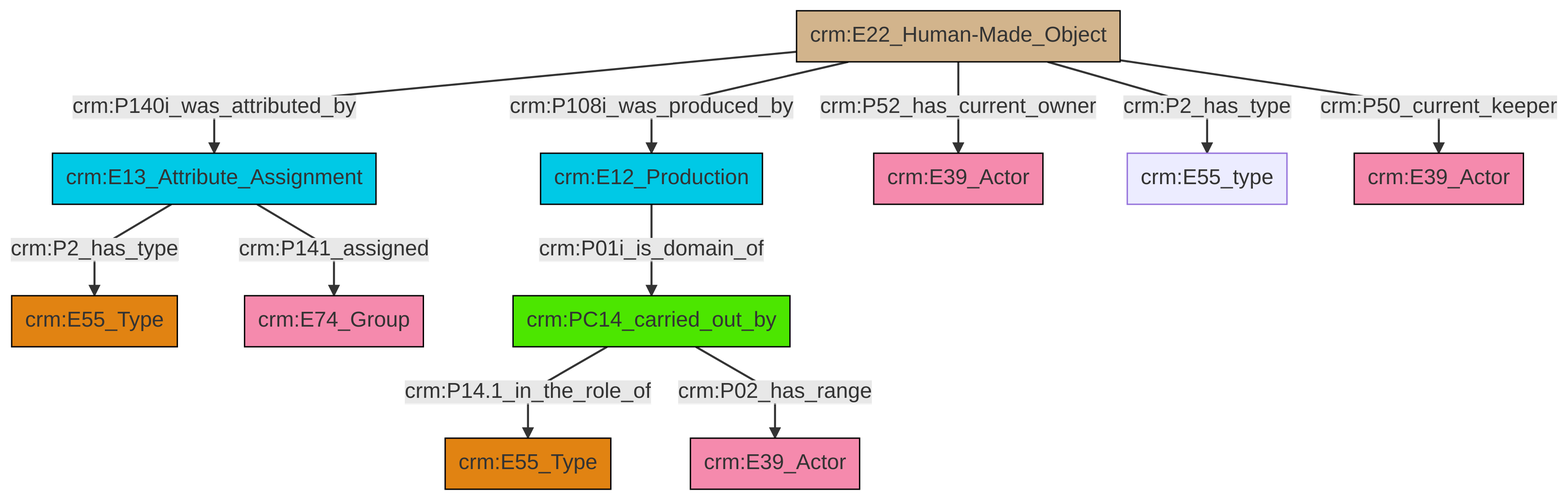
This is et/artworkCSV/ttl/mmd/png/Artwork_Actor_Relations.png from swiss-art-research-net/reference-data-models, a Mermaid export, as it was before one commit. Its source is kept beside it as et/artworkCSV/ttl/mmd/Artwork_Actor_Relations.ttl.mmd.
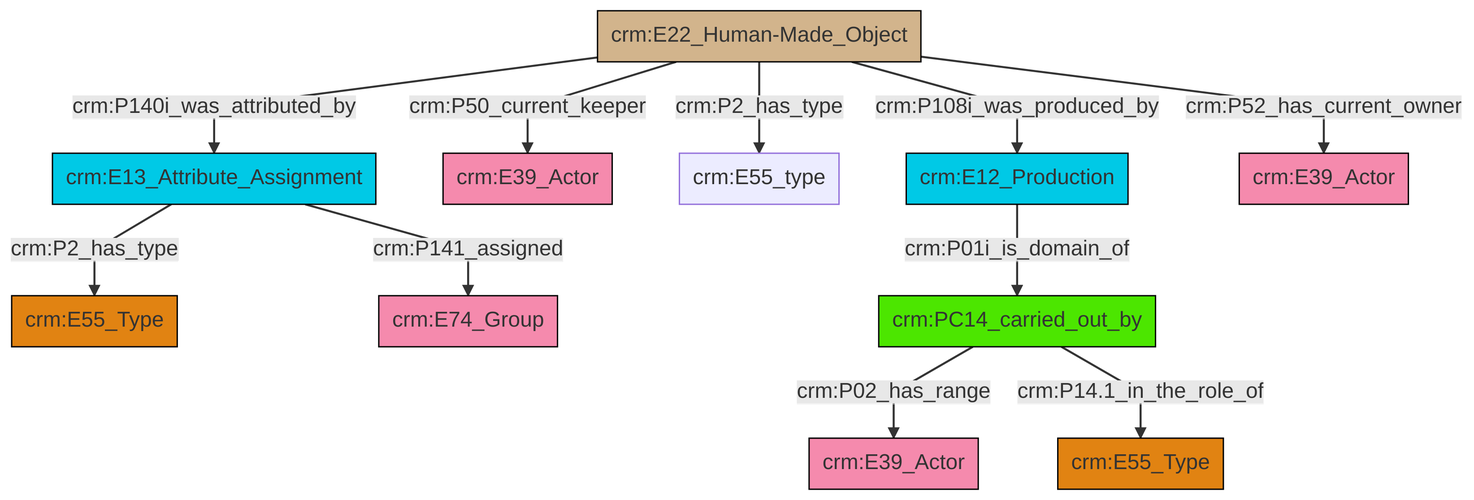
Above is the later version.

What changed in the source:
```diff
@@ -13,13 +13,13 @@
 classDef PC_Classes fill:#4ce600, stroke:#000000;
 classDef Multi fill:#cccccc,stroke:#000000;
 
-4["crm:PC14_carried_out_by"]:::PC_Classes -->|crm:P14.1_in_the_role_of| 5["crm:E55_Type"]:::Type
-0["crm:E22_Human-Made_Object"]:::Physical_Thing -->|crm:P140i_was_attributed_by| 6["crm:E13_Attribute_Assignment"]:::Temporal_Entity
-0["crm:E22_Human-Made_Object"]:::Physical_Thing -->|crm:P108i_was_produced_by| 9["crm:E12_Production"]:::Temporal_Entity
-0["crm:E22_Human-Made_Object"]:::Physical_Thing -->|crm:P52_has_current_owner| 11["crm:E39_Actor"]:::Actor
-6["crm:E13_Attribute_Assignment"]:::Temporal_Entity -->|crm:P2_has_type| 7["crm:E55_Type"]:::Type
-0["crm:E22_Human-Made_Object"]:::Physical_Thing -->|crm:P2_has_type| 14["crm:E55_type"]:::Default
-9["crm:E12_Production"]:::Temporal_Entity -->|crm:P01i_is_domain_of| 4["crm:PC14_carried_out_by"]:::PC_Classes
-0["crm:E22_Human-Made_Object"]:::Physical_Thing -->|crm:P50_current_keeper| 15["crm:E39_Actor"]:::Actor
-6["crm:E13_Attribute_Assignment"]:::Temporal_Entity -->|crm:P141_assigned| 2["crm:E74_Group"]:::Actor
-4["crm:PC14_carried_out_by"]:::PC_Classes -->|crm:P02_has_range| 18["crm:E39_Actor"]:::Actor
+0["crm:E13_Attribute_Assignment"]:::Temporal_Entity -->|crm:P2_has_type| 1["crm:E55_Type"]:::Type
+2["crm:E22_Human-Made_Object"]:::Physical_Thing -->|crm:P50_current_keeper| 3["crm:E39_Actor"]:::Actor
+2["crm:E22_Human-Made_Object"]:::Physical_Thing -->|crm:P140i_was_attributed_by| 0["crm:E13_Attribute_Assignment"]:::Temporal_Entity
+0["crm:E13_Attribute_Assignment"]:::Temporal_Entity -->|crm:P141_assigned| 10["crm:E74_Group"]:::Actor
+13["crm:PC14_carried_out_by"]:::PC_Classes -->|crm:P02_has_range| 14["crm:E39_Actor"]:::Actor
+13["crm:PC14_carried_out_by"]:::PC_Classes -->|crm:P14.1_in_the_role_of| 4["crm:E55_Type"]:::Type
+2["crm:E22_Human-Made_Object"]:::Physical_Thing -->|crm:P52_has_current_owner| 17["crm:E39_Actor"]:::Actor
+11["crm:E12_Production"]:::Temporal_Entity -->|crm:P01i_is_domain_of| 13["crm:PC14_carried_out_by"]:::PC_Classes
+2["crm:E22_Human-Made_Object"]:::Physical_Thing -->|crm:P108i_was_produced_by| 11["crm:E12_Production"]:::Temporal_Entity
+2["crm:E22_Human-Made_Object"]:::Physical_Thing -->|crm:P2_has_type| 7["crm:E55_type"]:::Default
```
